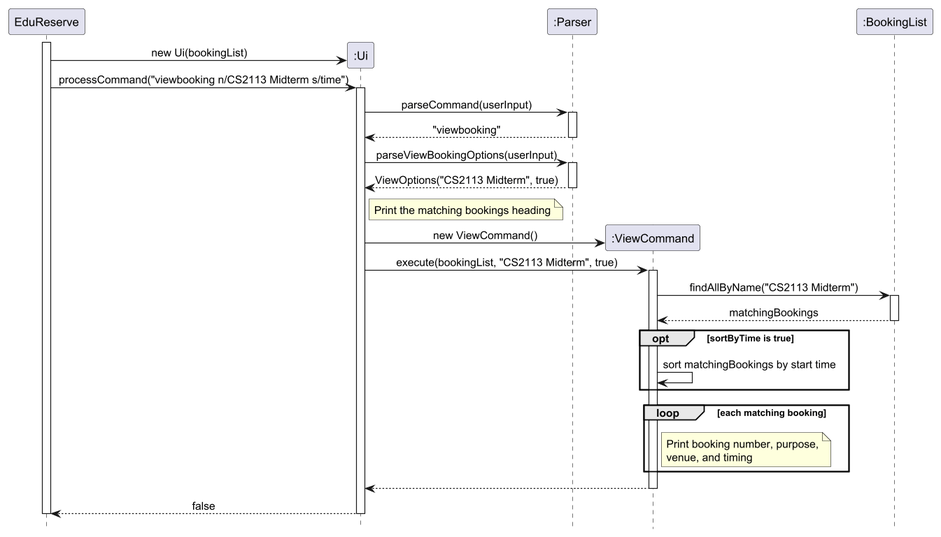
Above: docs/UMLDiagrams/ViewCommandSequenceDiagram.png in AY2627S1-CS2113-W14-2/tp (PlantUML), before the change. The source it was exported from:
```plantuml
@startuml
scale 2

skinparam sequenceMessageAlign center
hide footbox

participant "EduReserve" as App

activate App
create participant ":Ui" as UI
App -> UI: new Ui(bookingList)

participant ":Parser" as Parser

App -> UI: processCommand("viewbooking n/CS2113 Midterm s/time")
activate UI

UI -> Parser: parseCommand(userInput)
activate Parser
Parser --> UI: "viewbooking"
deactivate Parser

UI -> Parser: parseViewBookingOptions(userInput)
activate Parser
Parser --> UI: ViewOptions("CS2113 Midterm", true)
deactivate Parser

note right of UI
    Print the matching bookings heading
end note

create participant ":ViewCommand" as View
UI -> View: new ViewCommand()
participant ":BookingList" as Bookings

UI -> View: execute(bookingList, "CS2113 Midterm", true)
activate View

View -> Bookings: findAllByName("CS2113 Midterm")
activate Bookings
Bookings --> View: matchingBookings
deactivate Bookings

opt sortByTime is true
    View -> View: sort matchingBookings by start time
end

loop each matching booking
    note right of View
        Print booking number, purpose,
        venue, and timing
    end note
end

View --> UI
deactivate View

UI --> App: false
deactivate UI
deactivate App
@enduml
```
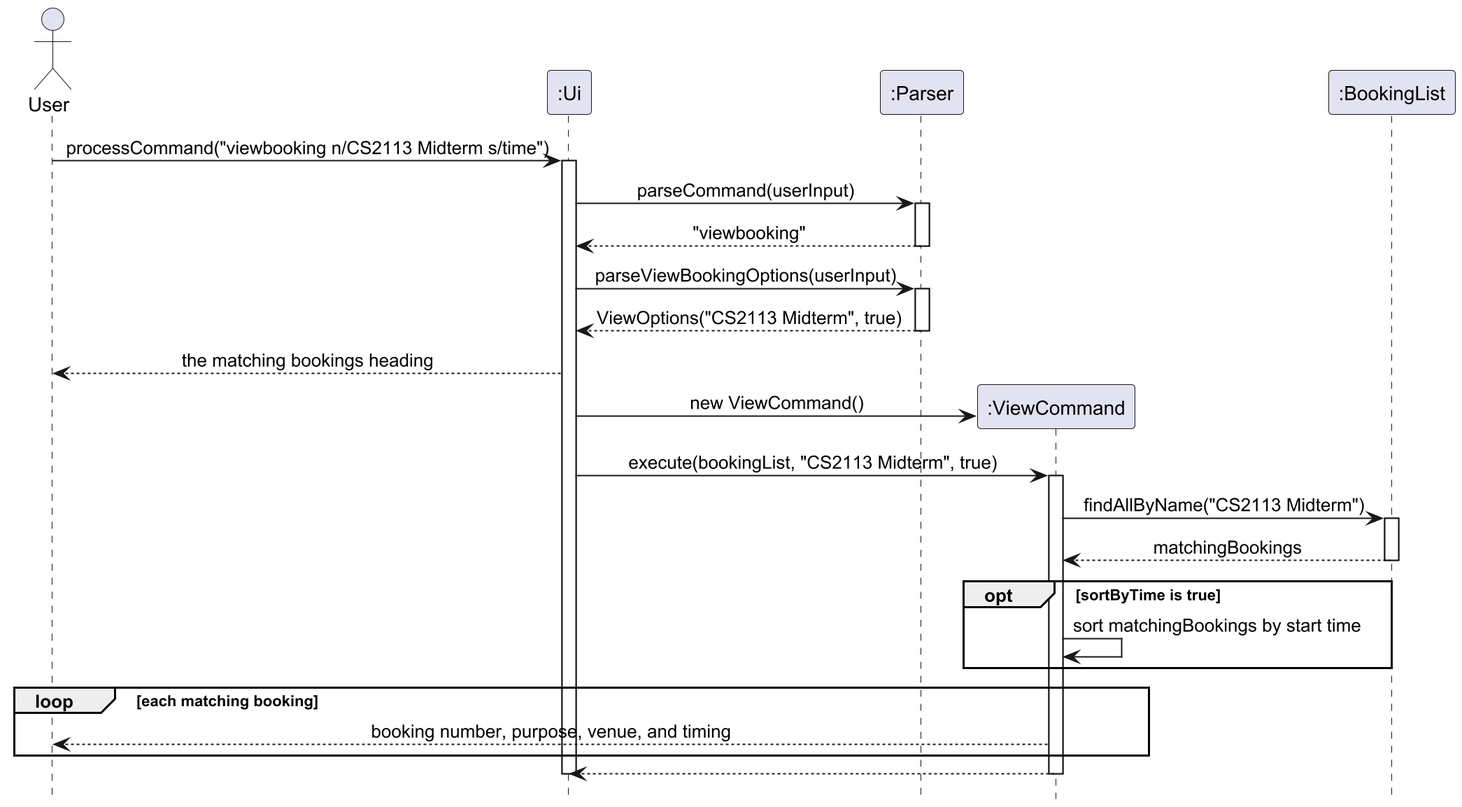
The same diagram one commit later.

Change to the diagram source:
```diff
@@ -4,15 +4,13 @@
 skinparam sequenceMessageAlign center
 hide footbox
 
-participant "EduReserve" as App
+actor User
 
-activate App
-create participant ":Ui" as UI
-App -> UI: new Ui(bookingList)
+participant ":Ui" as UI
 
 participant ":Parser" as Parser
 
-App -> UI: processCommand("viewbooking n/CS2113 Midterm s/time")
+User -> UI: processCommand("viewbooking n/CS2113 Midterm s/time")
 activate UI
 
 UI -> Parser: parseCommand(userInput)
@@ -25,9 +23,7 @@
 Parser --> UI: ViewOptions("CS2113 Midterm", true)
 deactivate Parser
 
-note right of UI
-    Print the matching bookings heading
-end note
+UI --> User: the matching bookings heading
 
 create participant ":ViewCommand" as View
 UI -> View: new ViewCommand()
@@ -46,16 +42,11 @@
 end
 
 loop each matching booking
-    note right of View
-        Print booking number, purpose,
-        venue, and timing
-    end note
+    View --> User: booking number, purpose, venue, and timing
 end
 
 View --> UI
 deactivate View
 
-UI --> App: false
 deactivate UI
-deactivate App
 @enduml
```
